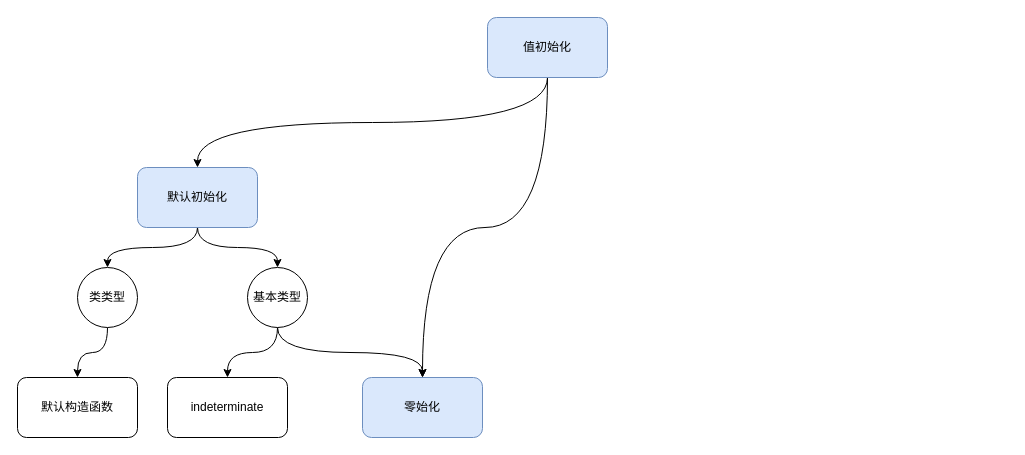
The draw.io diagram cplusplus_initialization.drawio in ZiqingYip/moment, before the edit. Source tidied: cells renumbered, new cells numbered last; positions are measured from the earlier drawing's top-left corner, leaving out a move shared by most shapes. Both pictures are drawn from the tidied source at 100%, with x=0, y=0 at pixel (17, 17).
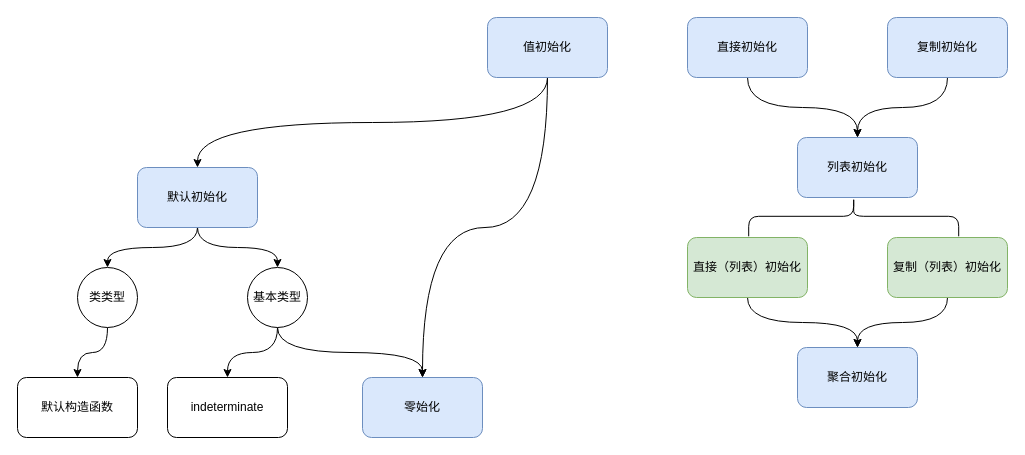
After the change.

The edit, as a diff of the source:
```diff
@@
+    <mxCell id="16" style="edgeStyle=orthogonalEdgeStyle;rounded=0;jettySize=auto;html=1;exitX=0.5;exitY=1;exitDx=0;exitDy=0;entryX=0.5;entryY=0;entryDx=0;entryDy=0;curved=1;" parent="1" edge="1" source="17" target="24">
+      <mxGeometry relative="1" as="geometry" />
+    </mxCell>
+    <mxCell id="17" value="直接初始化" style="rounded=1;whiteSpace=wrap;html=1;fillColor=#dae8fc;strokeColor=#6c8ebf;" parent="1" vertex="1">
+      <mxGeometry x="670" width="120" height="60" as="geometry" />
+    </mxCell>
+    <mxCell id="18" style="edgeStyle=orthogonalEdgeStyle;rounded=0;jettySize=auto;html=1;exitX=0.5;exitY=1;exitDx=0;exitDy=0;entryX=0.5;entryY=0;entryDx=0;entryDy=0;curved=1;" parent="1" edge="1" source="19" target="24">
+      <mxGeometry relative="1" as="geometry" />
+    </mxCell>
+    <mxCell id="19" value="复制初始化" style="rounded=1;whiteSpace=wrap;html=1;fillColor=#dae8fc;strokeColor=#6c8ebf;" parent="1" vertex="1">
+      <mxGeometry x="870" width="120" height="60" as="geometry" />
+    </mxCell>
+    <mxCell id="20" style="edgeStyle=orthogonalEdgeStyle;rounded=0;jettySize=auto;html=1;exitX=0.5;exitY=1;exitDx=0;exitDy=0;entryX=0.5;entryY=0;entryDx=0;entryDy=0;curved=1;" parent="1" edge="1" source="21" target="26">
+      <mxGeometry relative="1" as="geometry" />
+    </mxCell>
+    <mxCell id="21" value="直接（列表）初始化" style="rounded=1;whiteSpace=wrap;html=1;fillColor=#d5e8d4;strokeColor=#82b366;" parent="1" vertex="1">
+      <mxGeometry x="670" y="220" width="120" height="60" as="geometry" />
+    </mxCell>
+    <mxCell id="22" style="edgeStyle=orthogonalEdgeStyle;rounded=0;jettySize=auto;html=1;exitX=0.5;exitY=1;exitDx=0;exitDy=0;curved=1;" parent="1" edge="1" source="23" target="26">
+      <mxGeometry relative="1" as="geometry" />
+    </mxCell>
+    <mxCell id="23" value="复制（列表）初始化" style="rounded=1;whiteSpace=wrap;html=1;fillColor=#d5e8d4;strokeColor=#82b366;" parent="1" vertex="1">
+      <mxGeometry x="870" y="220" width="120" height="60" as="geometry" />
+    </mxCell>
+    <mxCell id="24" value="&lt;span style=&quot;background-color: initial;&quot;&gt;列表初始化&lt;/span&gt;" style="rounded=1;whiteSpace=wrap;html=1;fillColor=#dae8fc;strokeColor=#6c8ebf;" parent="1" vertex="1">
+      <mxGeometry x="780" y="120" width="120" height="60" as="geometry" />
+    </mxCell>
+    <mxCell id="25" style="shape=curlyBracket;whiteSpace=wrap;html=1;rounded=1;flipH=1;labelPosition=right;verticalLabelPosition=middle;align=left;verticalAlign=middle;rotation=-90;" parent="1" vertex="1">
+      <mxGeometry x="816.2" y="93.8" width="40" height="210" as="geometry" />
+    </mxCell>
+    <mxCell id="26" value="&lt;span style=&quot;background-color: initial;&quot;&gt;聚合初始化&lt;/span&gt;" style="rounded=1;whiteSpace=wrap;html=1;fillColor=#dae8fc;strokeColor=#6c8ebf;" parent="1" vertex="1">
+      <mxGeometry x="780" y="330" width="120" height="60" as="geometry" />
+    </mxCell>
```
